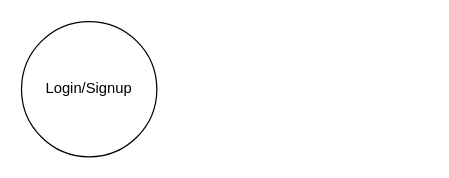
This is saas.drawio from biwasxyz/brainstorm, a draw.io file, before an edit. Source tidied: cells renumbered, new cells numbered last; positions are measured from the earlier drawing's top-left corner, leaving out a move shared by most shapes. Both pictures are drawn from the tidied source at 123%, with x=0, y=0 at pixel (21, 21).
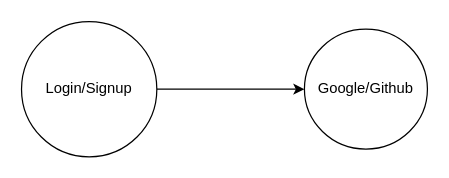
The same page after the edit.

Change to the diagram source:
```diff
@@
 <mxGraphModel>
   <root>
     <mxCell id="0" />
     <mxCell id="1" parent="0" />
+    <mxCell id="3" style="edgeStyle=orthogonalEdgeStyle;rounded=0;jettySize=auto;html=1;" parent="1" edge="1" source="2" target="4">
+      <mxGeometry relative="1" as="geometry" />
+    </mxCell>
     <mxCell id="2" value="Login/Signup" style="ellipse;whiteSpace=wrap;html=1;" parent="1" vertex="1">
       <mxGeometry width="110" height="110" as="geometry" />
     </mxCell>
+    <mxCell id="4" value="Google/Github" style="ellipse;whiteSpace=wrap;html=1;" parent="1" vertex="1">
+      <mxGeometry x="230" y="6.2" width="100" height="97.5" as="geometry" />
+    </mxCell>
   </root>
 </mxGraphModel>
```
